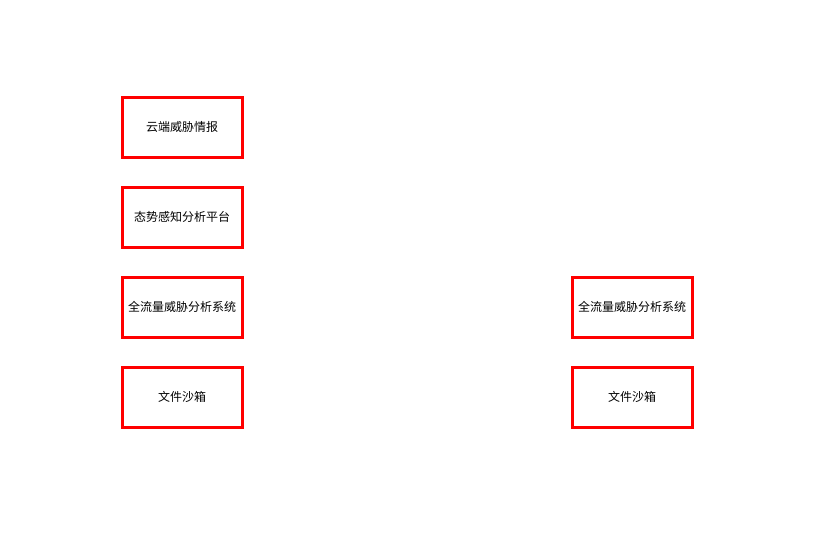
This is 态势感知系统.drawio from razor/1102_decoration, a draw.io file, before an edit. Source tidied: cells renumbered, new cells numbered last; positions are measured from the earlier drawing's top-left corner, leaving out a move shared by most shapes. Both pictures are drawn from the tidied source at 100%, with x=0, y=0 at pixel (122, 97).
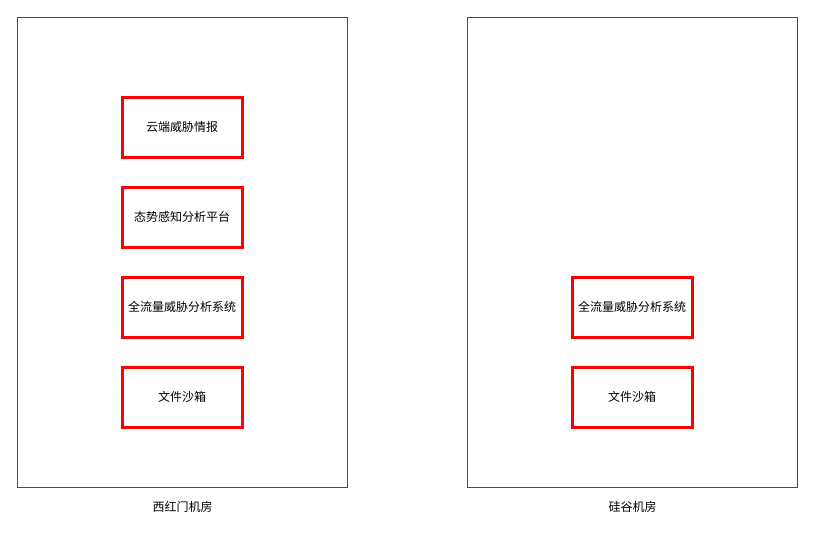
The same page after the edit.

Commit message (it also covers changes not shown here):
Update 态势感知系统.drawio

Change to the diagram source:
```diff
@@
 <mxGraphModel>
   <root>
     <mxCell id="0" />
     <mxCell id="1" parent="0" />
+    <mxCell id="8" style="rounded=0;whiteSpace=wrap;html=1;strokeColor=#FF0000;strokeWidth=1;" parent="1" vertex="1">
+      <mxGeometry x="345" y="-80" width="330" height="470" as="geometry" />
+    </mxCell>
+    <mxCell id="9" style="rounded=0;whiteSpace=wrap;html=1;strokeColor=#FF0000;strokeWidth=1;" parent="1" vertex="1">
+      <mxGeometry x="-105" y="-80" width="330" height="470" as="geometry" />
+    </mxCell>
     <mxCell id="2" value="态势感知分析平台" style="rounded=0;whiteSpace=wrap;html=1;strokeColor=#FF0000;strokeWidth=3;" parent="1" vertex="1">
       <mxGeometry y="90" width="120" height="60" as="geometry" />
     </mxCell>
     <mxCell id="3" value="文件沙箱" style="rounded=0;whiteSpace=wrap;html=1;strokeColor=#FF0000;strokeWidth=3;" parent="1" vertex="1">
       <mxGeometry y="270" width="120" height="60" as="geometry" />
     </mxCell>
     <mxCell id="4" value="全流量威胁分析系统" style="rounded=0;whiteSpace=wrap;html=1;strokeColor=#FF0000;strokeWidth=3;" parent="1" vertex="1">
       <mxGeometry y="180" width="120" height="60" as="geometry" />
     </mxCell>
     <mxCell id="5" value="云端威胁情报" style="rounded=0;whiteSpace=wrap;html=1;strokeColor=#FF0000;strokeWidth=3;" parent="1" vertex="1">
       <mxGeometry width="120" height="60" as="geometry" />
     </mxCell>
     <mxCell id="6" value="文件沙箱" style="rounded=0;whiteSpace=wrap;html=1;strokeColor=#FF0000;strokeWidth=3;" parent="1" vertex="1">
       <mxGeometry x="450" y="270" width="120" height="60" as="geometry" />
     </mxCell>
     <mxCell id="7" value="全流量威胁分析系统" style="rounded=0;whiteSpace=wrap;html=1;strokeColor=#FF0000;strokeWidth=3;" parent="1" vertex="1">
       <mxGeometry x="450" y="180" width="120" height="60" as="geometry" />
     </mxCell>
+    <mxCell id="10" value="西红门机房" style="text;html=1;align=center;verticalAlign=middle;strokeColor=none;fillColor=none;" parent="1" vertex="1">
+      <mxGeometry x="20" y="400" width="80" height="20" as="geometry" />
+    </mxCell>
+    <mxCell id="11" value="硅谷机房" style="text;html=1;align=center;verticalAlign=middle;strokeColor=none;fillColor=none;" parent="1" vertex="1">
+      <mxGeometry x="480" y="400" width="60" height="20" as="geometry" />
+    </mxCell>
   </root>
 </mxGraphModel>
```
